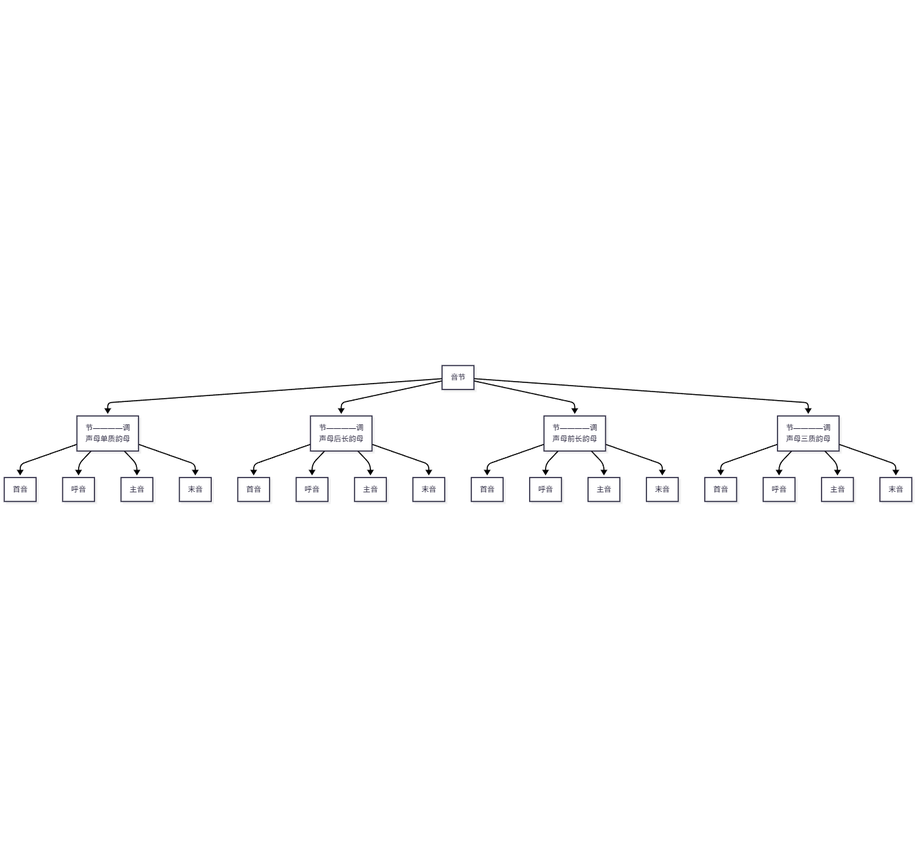
The Mermaid diagram YIME_Theory/flowchart/间接音元分析二式.png in tsaanghwang/Yime-prototype, before a commit. Its source is kept beside it as YIME_Theory/flowchart/间接音元分析二式.mmd.
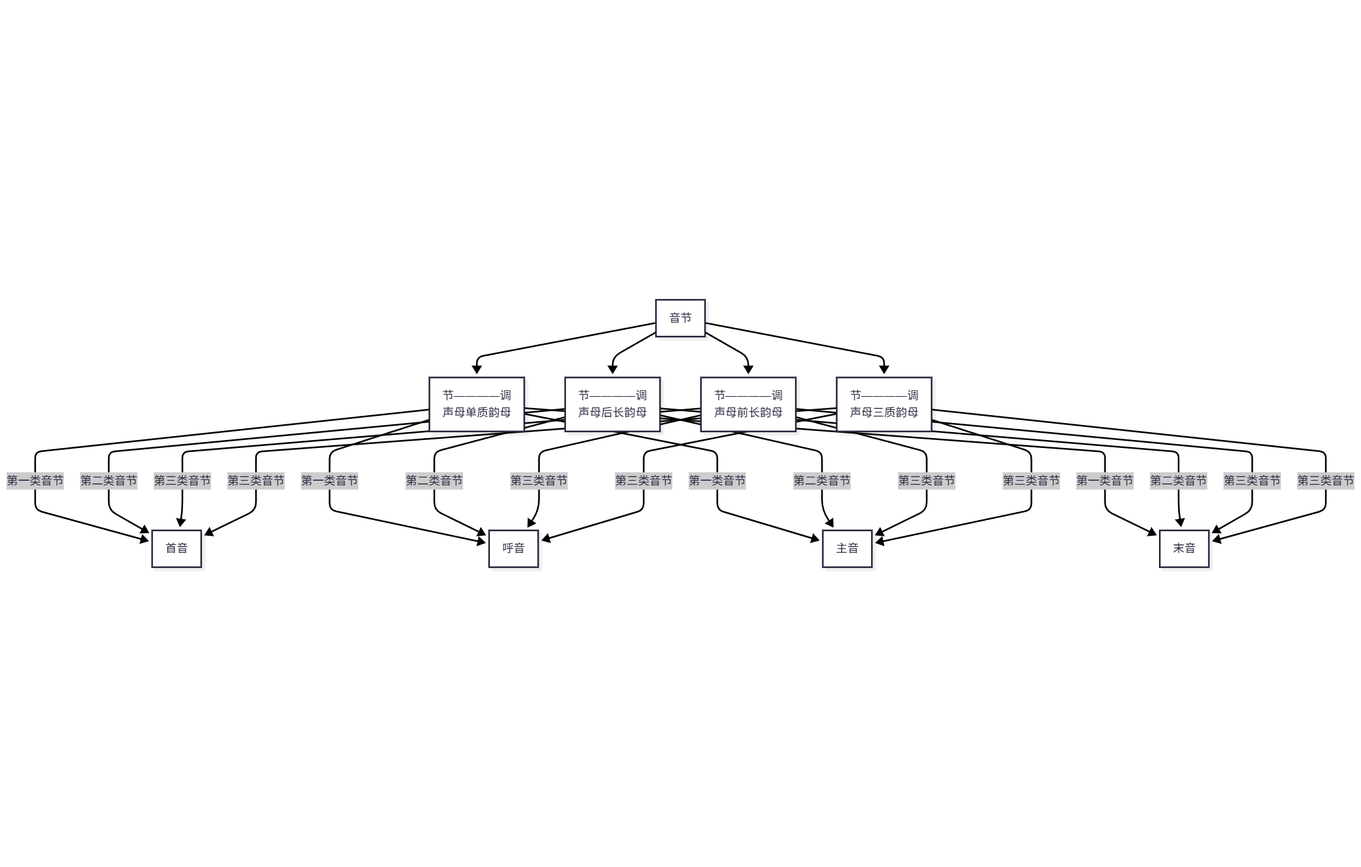
The same file after the commit.

Change to the diagram source:
```diff
@@ -3,19 +3,23 @@
     A --> C[节————调<br>声母后长韵母]
     A --> D[节————调<br>声母前长韵母]
     A --> E[节————调<br>声母三质韵母]
-    B --> B1[首音]
-    B --> B2[呼音]
-    B --> B3[主音]
-    B --> B4[末音]
-    C --> C1[首音]
-    C --> C2[呼音]
-    C --> C3[主音]
-    C --> C4[末音]
-    D --> D1[首音]
-    D --> D2[呼音]
-    D --> D3[主音]
-    D --> D4[末音]
-    E --> E1[首音]
-    E --> E2[呼音]
-    E --> E3[主音]
-    E --> E4[末音]
+
+    B ---> |第一类音节|F[首音]
+    C ---> |第二类音节| F[首音]
+    D ---> |第三类音节| F[首音]
+    E ---> |第三类音节| F[首音]
+
+    B ---> |第一类音节|G[呼音]
+    C ---> |第二类音节| G[呼音]
+    D ---> |第三类音节| G[呼音]
+    E ---> |第三类音节| G[呼音]
+
+    B ---> |第一类音节|H[主音]
+    C ---> |第二类音节| H[主音]
+    D ---> |第三类音节| H[主音]
+    E ---> |第三类音节| H[主音]
+
+    B ---> |第一类音节|I[末音]
+    C ---> |第二类音节| I[末音]
+    D ---> |第三类音节| I[末音]
+    E ---> |第三类音节| I[末音]
```
